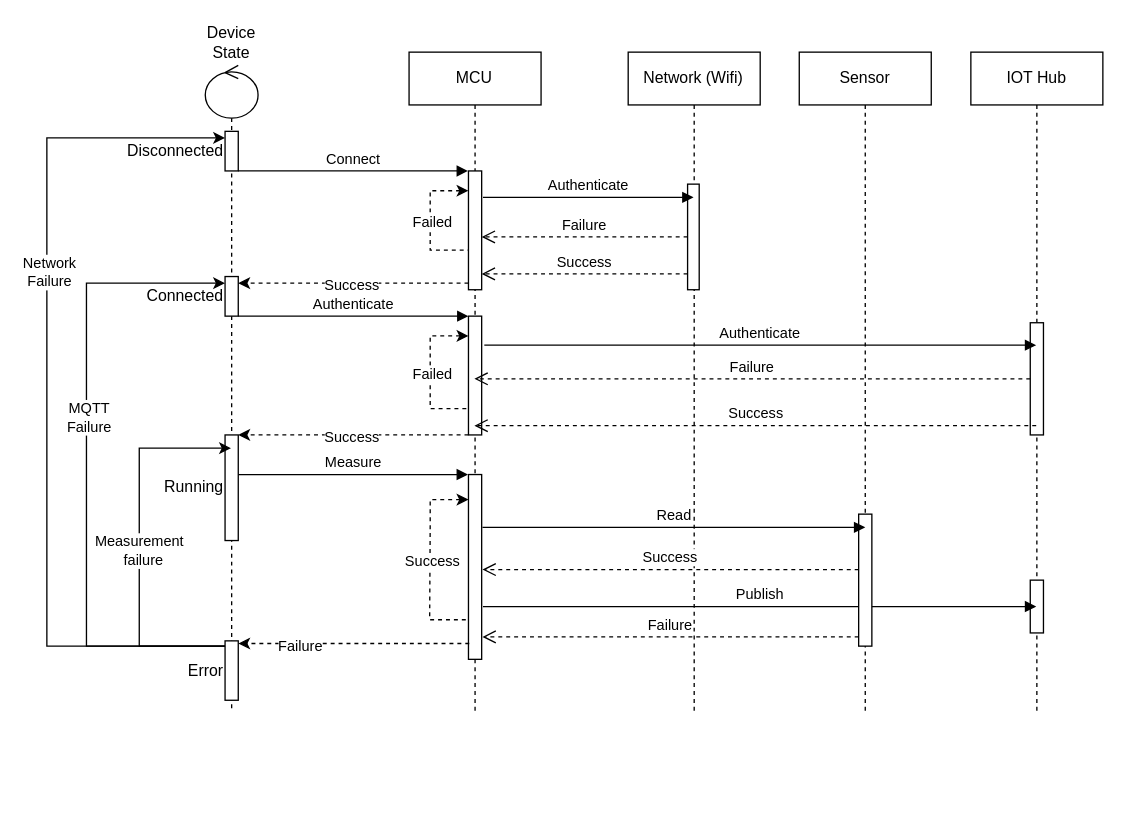
This is Docs/NanoFWExample.drawio from zeiss-digital-innovation/nanoFramework-Playground, a draw.io file, before an edit. Source tidied: cells renumbered, new cells numbered last; positions are measured from the earlier drawing's top-left corner, leaving out a move shared by most shapes. Both pictures are drawn from the tidied source at 132%, with x=0, y=0 at pixel (46, 51).
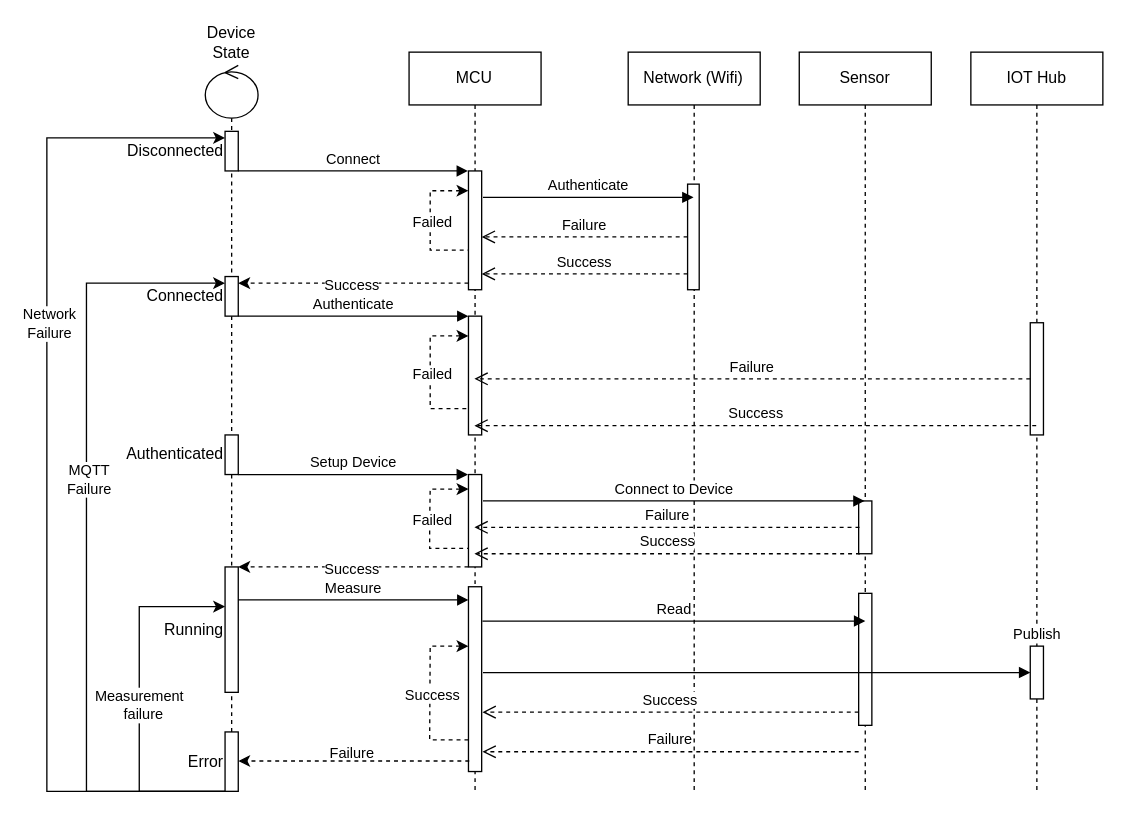
After the change.

Unchanged cells that the change refers to:
```xml
<mxCell id="6" style="html=1;points=[[0,0,0,0,5],[0,1,0,0,-5],[1,0,0,0,5],[1,1,0,0,-5]];perimeter=orthogonalPerimeter;outlineConnect=0;targetShapes=umlLifeline;portConstraint=eastwest;newEdgeStyle={&quot;curved&quot;:0,&quot;rounded&quot;:0};labelPosition=right;verticalLabelPosition=middle;align=left;verticalAlign=middle;" parent="2" vertex="1">
  <mxGeometry x="45" y="200" width="10" height="90" as="geometry" />
</mxCell>
<mxCell id="11" value="Disconnected" style="html=1;points=[[0,0,0,0,5],[0,1,0,0,-5],[1,0,0,0,5],[1,1,0,0,-5]];perimeter=orthogonalPerimeter;outlineConnect=0;targetShapes=umlLifeline;portConstraint=eastwest;newEdgeStyle={&quot;curved&quot;:0,&quot;rounded&quot;:0};labelPosition=left;verticalLabelPosition=middle;align=right;verticalAlign=middle;" parent="10" vertex="1">
  <mxGeometry x="15" y="50" width="10" height="30" as="geometry" />
</mxCell>
<mxCell id="12" value="Connected" style="html=1;points=[[0,0,0,0,5],[0,1,0,0,-5],[1,0,0,0,5],[1,1,0,0,-5]];perimeter=orthogonalPerimeter;outlineConnect=0;targetShapes=umlLifeline;portConstraint=eastwest;newEdgeStyle={&quot;curved&quot;:0,&quot;rounded&quot;:0};labelPosition=left;verticalLabelPosition=middle;align=right;verticalAlign=middle;" parent="10" vertex="1">
  <mxGeometry x="15" y="160" width="10" height="30" as="geometry" />
</mxCell>
```

What changed in the source:
```diff
@@
     <mxCell id="2" value="MCU" style="shape=umlLifeline;perimeter=lifelinePerimeter;whiteSpace=wrap;html=1;outlineConnect=0;portConstraint=eastwest;newEdgeStyle={&quot;curved&quot;:0,&quot;rounded&quot;:0};" parent="1" vertex="1">
-      <mxGeometry x="274.4" width="100" height="500" as="geometry" />
+      <mxGeometry x="274.4" width="100" height="560" as="geometry" />
     </mxCell>
@@
     <mxCell id="9" style="html=1;points=[[0,0,0,0,5],[0,1,0,0,-5],[1,0,0,0,5],[1,1,0,0,-5]];perimeter=orthogonalPerimeter;outlineConnect=0;targetShapes=umlLifeline;portConstraint=eastwest;newEdgeStyle={&quot;curved&quot;:0,&quot;rounded&quot;:0};" parent="2" vertex="1">
-      <mxGeometry x="45" y="320" width="10" height="140" as="geometry" />
+      <mxGeometry x="45" y="405" width="10" height="140" as="geometry" />
     </mxCell>
+    <mxCell id="49" style="html=1;perimeter=orthogonalPerimeter;targetShapes=umlLifeline;newEdgeStyle={&quot;curved&quot;:0,&quot;rounded&quot;:0};labelPosition=right;verticalLabelPosition=middle;align=left;verticalAlign=middle;" parent="2" vertex="1">
+      <mxGeometry x="45" y="320" width="10" height="70" as="geometry" />
+    </mxCell>
+    <mxCell id="50" style="endArrow=none;html=1;rounded=0;elbow=vertical;startArrow=classic;startFill=1;endFill=0;dashed=1;" parent="2" edge="1">
+      <mxGeometry relative="1" as="geometry">
+        <mxPoint x="45" y="331" as="sourcePoint" />
+        <mxPoint x="45" y="376" as="targetPoint" />
+        <Array as="points">
+          <mxPoint x="16" y="331" />
+          <mxPoint x="15.6" y="356" />
+          <mxPoint x="15.6" y="376" />
+        </Array>
+      </mxGeometry>
+    </mxCell>
+    <mxCell id="51" value="Failed" style="edgeLabel;html=1;align=center;verticalAlign=middle;" parent="50" vertex="1">
+      <mxGeometry x="0.01" y="1" relative="1" as="geometry" />
+    </mxCell>
     <mxCell id="10" value="Device State" style="shape=umlLifeline;perimeter=lifelinePerimeter;whiteSpace=wrap;html=1;outlineConnect=0;portConstraint=eastwest;newEdgeStyle={&quot;curved&quot;:0,&quot;rounded&quot;:0};participant=umlControl;labelPosition=center;verticalLabelPosition=top;align=center;verticalAlign=bottom;" parent="1" vertex="1">
-      <mxGeometry x="120" y="10" width="40" height="490" as="geometry" />
+      <mxGeometry x="120" y="10" width="40" height="550" as="geometry" />
     </mxCell>
@@
     <mxCell id="13" value="Running" style="html=1;points=[[0,0,0,0,5],[0,1,0,0,-5],[1,0,0,0,5],[1,1,0,0,-5]];perimeter=orthogonalPerimeter;outlineConnect=0;targetShapes=umlLifeline;portConstraint=eastwest;newEdgeStyle={&quot;curved&quot;:0,&quot;rounded&quot;:0};labelPosition=left;verticalLabelPosition=middle;align=right;verticalAlign=middle;" parent="10" vertex="1">
-      <mxGeometry x="15" y="280" width="10" height="80" as="geometry" />
+      <mxGeometry x="15" y="380" width="10" height="95" as="geometry" />
     </mxCell>
-    <mxCell id="14" value="Error" style="html=1;points=[[0,0,0,0,5],[0,1,0,0,-5],[1,0,0,0,5],[1,1,0,0,-5]];perimeter=orthogonalPerimeter;outlineConnect=0;targetShapes=umlLifeline;portConstraint=eastwest;newEdgeStyle={&quot;curved&quot;:0,&quot;rounded&quot;:0};labelPosition=left;verticalLabelPosition=middle;align=right;verticalAlign=middle;" parent="10" vertex="1">
-      <mxGeometry x="15" y="436" width="10" height="45" as="geometry" />
-    </mxCell>
-    <mxCell id="15" style="endArrow=classic;html=1;rounded=0;" parent="10" edge="1" source="14" target="10">
-      <mxGeometry relative="1" as="geometry">
-        <Array as="points">
-          <mxPoint x="-50" y="440" />
-          <mxPoint x="-50" y="360" />
-          <mxPoint x="-50" y="310" />
-          <mxPoint x="-50" y="290" />
-        </Array>
-      </mxGeometry>
-    </mxCell>
-    <mxCell id="16" value="Measurement&lt;br&gt;&amp;nbsp; failure" style="edgeLabel;html=1;align=center;verticalAlign=middle;" parent="15" vertex="1">
-      <mxGeometry x="-0.03" y="1" relative="1" as="geometry" />
-    </mxCell>
-    <mxCell id="17" style="endArrow=classic;html=1;rounded=0;entryX=0;entryY=0;entryDx=0;entryDy=5;entryPerimeter=0;" parent="10" edge="1" source="14" target="12">
-      <mxGeometry relative="1" as="geometry">
-        <Array as="points">
-          <mxPoint x="-90" y="440" />
-          <mxPoint x="-90" y="290" />
-          <mxPoint x="-90" y="165" />
-        </Array>
-      </mxGeometry>
-    </mxCell>
-    <mxCell id="18" value="MQTT&lt;br&gt;Failure" style="edgeLabel;html=1;align=center;verticalAlign=middle;" parent="17" vertex="1">
-      <mxGeometry x="0.15" y="-1" relative="1" as="geometry" />
-    </mxCell>
-    <mxCell id="19" style="endArrow=classic;html=1;rounded=0;entryX=0;entryY=0;entryDx=0;entryDy=5;entryPerimeter=0;" parent="10" edge="1" source="14" target="11">
-      <mxGeometry relative="1" as="geometry">
-        <Array as="points">
-          <mxPoint x="-120" y="440" />
-          <mxPoint x="-120" y="55" />
-        </Array>
-      </mxGeometry>
-    </mxCell>
-    <mxCell id="20" value="Network&lt;br&gt;Failure" style="edgeLabel;html=1;align=center;verticalAlign=middle;" parent="19" vertex="1">
-      <mxGeometry x="0.28" y="-1" relative="1" as="geometry" />
-    </mxCell>
+    <mxCell id="52" value="Authenticated" style="html=1;perimeter=orthogonalPerimeter;targetShapes=umlLifeline;newEdgeStyle={&quot;curved&quot;:0,&quot;rounded&quot;:0};labelPosition=left;verticalLabelPosition=middle;align=right;verticalAlign=middle;" parent="10" vertex="1">
+      <mxGeometry x="15" y="280" width="10" height="30" as="geometry" />
+    </mxCell>
@@
-    <mxCell id="24" style="endArrow=classic;html=1;rounded=0;dashed=1;" parent="1" edge="1" source="6" target="13">
-      <mxGeometry relative="1" as="geometry" />
+    <mxCell id="24" style="endArrow=classic;html=1;rounded=0;dashed=1;" parent="1" edge="1">
+      <mxGeometry relative="1" as="geometry">
+        <mxPoint x="319.4" y="390" as="sourcePoint" />
+        <mxPoint x="145" y="390" as="targetPoint" />
+      </mxGeometry>
     </mxCell>
@@
-    <mxCell id="26" style="endArrow=none;html=1;rounded=0;elbow=vertical;startArrow=classic;startFill=1;endFill=0;dashed=1;" parent="1" edge="1" target="9">
+    <mxCell id="26" style="endArrow=none;html=1;rounded=0;elbow=vertical;startArrow=classic;startFill=1;endFill=0;dashed=1;" parent="1" edge="1" source="9">
       <mxGeometry relative="1" as="geometry">
-        <mxPoint x="319.4" y="339" as="sourcePoint" />
+        <mxPoint x="319.4" y="521" as="targetPoint" />
         <Array as="points">
-          <mxPoint x="290.4" y="339" />
-          <mxPoint x="290.4" y="359" />
-          <mxPoint x="290" y="430" />
+          <mxPoint x="290.4" y="450" />
+          <mxPoint x="290" y="521" />
         </Array>
       </mxGeometry>
     </mxCell>
@@
-    <mxCell id="28" style="endArrow=classic;html=1;rounded=0;dashed=1;" parent="1" edge="1">
+    <mxCell id="28" style="endArrow=classic;html=1;rounded=0;dashed=1;" parent="1" edge="1" source="14">
       <mxGeometry relative="1" as="geometry">
-        <mxPoint x="320" y="448" as="sourcePoint" />
-        <mxPoint x="145" y="448" as="targetPoint" />
+        <mxPoint x="145" y="530" as="targetPoint" />
       </mxGeometry>
     </mxCell>
     <mxCell id="29" value="Failure" style="edgeLabel;html=1;align=center;verticalAlign=middle;" parent="28" vertex="1">
       <mxGeometry x="0.02" y="1" relative="1" as="geometry">
-        <mxPoint x="-40" as="offset" />
+        <mxPoint x="85" as="offset" />
       </mxGeometry>
     </mxCell>
     <mxCell id="30" value="IOT Hub" style="shape=umlLifeline;perimeter=lifelinePerimeter;whiteSpace=wrap;html=1;outlineConnect=0;portConstraint=eastwest;newEdgeStyle={&quot;curved&quot;:0,&quot;rounded&quot;:0};" parent="1" vertex="1">
-      <mxGeometry x="700" width="100" height="500" as="geometry" />
+      <mxGeometry x="700" width="100" height="560" as="geometry" />
     </mxCell>
-    <mxCell id="31" style="html=1;points=[[0,0,0,0,5],[0,1,0,0,-5],[1,0,0,0,5],[1,1,0,0,-5]];perimeter=orthogonalPerimeter;outlineConnect=0;targetShapes=umlLifeline;portConstraint=eastwest;newEdgeStyle={&quot;curved&quot;:0,&quot;rounded&quot;:0};" parent="30" vertex="1">
-      <mxGeometry x="45" y="400" width="10" height="40" as="geometry" />
-    </mxCell>
@@
     <mxCell id="33" value="Network (Wifi)" style="shape=umlLifeline;perimeter=lifelinePerimeter;whiteSpace=wrap;html=1;outlineConnect=0;portConstraint=eastwest;newEdgeStyle={&quot;curved&quot;:0,&quot;rounded&quot;:0};" parent="1" vertex="1">
-      <mxGeometry x="440.4" width="100" height="500" as="geometry" />
+      <mxGeometry x="440.4" width="100" height="560" as="geometry" />
     </mxCell>
@@
-    <mxCell id="40" value="Authenticate" style="html=1;verticalAlign=bottom;endArrow=block;curved=0;rounded=0;" parent="1" edge="1" target="30">
-      <mxGeometry relative="1" as="geometry">
-        <mxPoint x="331.4" y="222" as="sourcePoint" />
-      </mxGeometry>
-    </mxCell>
-    <mxCell id="41" value="Publish" style="html=1;verticalAlign=bottom;endArrow=block;curved=0;rounded=0;" parent="1" edge="1">
-      <mxGeometry relative="1" as="geometry">
-        <mxPoint x="330.4" y="420" as="sourcePoint" />
-        <mxPoint x="749.5" y="420" as="targetPoint" />
+    <mxCell id="41" value="Publish" style="html=1;verticalAlign=bottom;endArrow=block;curved=0;rounded=0;" parent="1" edge="1" source="31">
+      <mxGeometry y="20" relative="1" as="geometry">
+        <mxPoint x="749.5" y="470" as="targetPoint" />
+        <mxPoint y="-20" as="offset" />
       </mxGeometry>
     </mxCell>
@@
-    <mxCell id="43" value="Measure" style="html=1;verticalAlign=bottom;endArrow=block;curved=0;rounded=0;" parent="1" edge="1">
+    <mxCell id="43" value="Measure" style="html=1;verticalAlign=bottom;endArrow=block;curved=0;rounded=0;entryX=0;entryY=0;entryDx=0;entryDy=5;entryPerimeter=0;" parent="1" edge="1">
       <mxGeometry relative="1" as="geometry">
-        <mxPoint x="145" y="320" as="sourcePoint" />
-        <mxPoint x="319" y="320" as="targetPoint" />
+        <mxPoint x="145" y="415" as="sourcePoint" />
+        <mxPoint x="319.4" y="415" as="targetPoint" />
       </mxGeometry>
     </mxCell>
     <mxCell id="44" value="Sensor" style="shape=umlLifeline;perimeter=lifelinePerimeter;whiteSpace=wrap;html=1;outlineConnect=0;portConstraint=eastwest;newEdgeStyle={&quot;curved&quot;:0,&quot;rounded&quot;:0};" parent="1" vertex="1">
-      <mxGeometry x="570" width="100" height="500" as="geometry" />
+      <mxGeometry x="570" width="100" height="560" as="geometry" />
     </mxCell>
     <mxCell id="45" style="html=1;perimeter=orthogonalPerimeter;targetShapes=umlLifeline;newEdgeStyle={&quot;curved&quot;:0,&quot;rounded&quot;:0};" parent="44" vertex="1">
-      <mxGeometry x="45" y="350" width="10" height="100" as="geometry" />
+      <mxGeometry x="45" y="410" width="10" height="100" as="geometry" />
     </mxCell>
+    <mxCell id="53" style="html=1;perimeter=orthogonalPerimeter;targetShapes=umlLifeline;newEdgeStyle={&quot;curved&quot;:0,&quot;rounded&quot;:0};" parent="44" vertex="1">
+      <mxGeometry x="45" y="340" width="10" height="40" as="geometry" />
+    </mxCell>
     <mxCell id="46" value="Read" style="html=1;verticalAlign=bottom;endArrow=block;curved=0;rounded=0;" parent="1" edge="1">
       <mxGeometry relative="1" as="geometry">
-        <mxPoint x="330" y="360" as="sourcePoint" />
-        <mxPoint x="620" y="360" as="targetPoint" />
+        <mxPoint x="330" y="431" as="sourcePoint" />
+        <mxPoint x="620" y="431" as="targetPoint" />
       </mxGeometry>
     </mxCell>
     <mxCell id="47" value="Failure" style="html=1;verticalAlign=bottom;endArrow=open;dashed=1;endSize=8;curved=0;rounded=0;" parent="1" edge="1">
       <mxGeometry relative="1" as="geometry">
-        <mxPoint x="615" y="443" as="sourcePoint" />
-        <mxPoint x="330" y="443" as="targetPoint" />
+        <mxPoint x="615" y="530" as="sourcePoint" />
+        <mxPoint x="330" y="530" as="targetPoint" />
       </mxGeometry>
     </mxCell>
     <mxCell id="48" value="Success" style="html=1;verticalAlign=bottom;endArrow=open;dashed=1;endSize=8;curved=0;rounded=0;" parent="1" edge="1">
       <mxGeometry relative="1" as="geometry">
-        <mxPoint x="615" y="392" as="sourcePoint" />
-        <mxPoint x="330" y="392" as="targetPoint" />
+        <mxPoint x="615" y="500" as="sourcePoint" />
+        <mxPoint x="330" y="500" as="targetPoint" />
       </mxGeometry>
     </mxCell>
+    <mxCell id="54" style="html=1;verticalAlign=bottom;endArrow=block;curved=0;rounded=0;" parent="1" edge="1" target="31">
+      <mxGeometry relative="1" as="geometry">
+        <mxPoint x="330.4" y="470" as="sourcePoint" />
+      </mxGeometry>
+    </mxCell>
+    <mxCell id="31" style="html=1;points=[[0,0,0,0,5],[0,1,0,0,-5],[1,0,0,0,5],[1,1,0,0,-5]];perimeter=orthogonalPerimeter;outlineConnect=0;targetShapes=umlLifeline;portConstraint=eastwest;newEdgeStyle={&quot;curved&quot;:0,&quot;rounded&quot;:0};" parent="1" vertex="1">
+      <mxGeometry x="745" y="450" width="10" height="40" as="geometry" />
+    </mxCell>
+    <mxCell id="55" value="Setup Device" style="html=1;verticalAlign=bottom;endArrow=block;curved=0;rounded=0;" parent="1" edge="1">
+      <mxGeometry relative="1" as="geometry">
+        <mxPoint x="145" y="320" as="sourcePoint" />
+        <mxPoint x="319" y="320" as="targetPoint" />
+      </mxGeometry>
+    </mxCell>
+    <mxCell id="56" style="endArrow=classic;html=1;rounded=0;dashed=1;" parent="1" edge="1">
+      <mxGeometry relative="1" as="geometry">
+        <mxPoint x="320" y="537" as="sourcePoint" />
+        <mxPoint x="145" y="537" as="targetPoint" />
+      </mxGeometry>
+    </mxCell>
+    <mxCell id="14" value="Error" style="html=1;points=[[0,0,0,0,5],[0,1,0,0,-5],[1,0,0,0,5],[1,1,0,0,-5]];perimeter=orthogonalPerimeter;outlineConnect=0;targetShapes=umlLifeline;portConstraint=eastwest;newEdgeStyle={&quot;curved&quot;:0,&quot;rounded&quot;:0};labelPosition=left;verticalLabelPosition=middle;align=right;verticalAlign=middle;" parent="1" vertex="1">
+      <mxGeometry x="135" y="515" width="10" height="45" as="geometry" />
+    </mxCell>
+    <mxCell id="17" style="endArrow=classic;html=1;rounded=0;entryX=0;entryY=0;entryDx=0;entryDy=5;entryPerimeter=0;" parent="1" edge="1" source="14" target="12">
+      <mxGeometry relative="1" as="geometry">
+        <Array as="points">
+          <mxPoint x="30" y="560" />
+          <mxPoint x="30" y="300" />
+          <mxPoint x="30" y="175" />
+        </Array>
+      </mxGeometry>
+    </mxCell>
+    <mxCell id="18" value="MQTT&lt;br&gt;Failure" style="edgeLabel;html=1;align=center;verticalAlign=middle;" parent="17" vertex="1">
+      <mxGeometry x="0.15" y="-1" relative="1" as="geometry" />
+    </mxCell>
+    <mxCell id="19" style="endArrow=classic;html=1;rounded=0;entryX=0;entryY=0;entryDx=0;entryDy=5;entryPerimeter=0;" parent="1" edge="1" source="14" target="11">
+      <mxGeometry relative="1" as="geometry">
+        <Array as="points">
+          <mxPoint y="560" />
+          <mxPoint y="65" />
+        </Array>
+      </mxGeometry>
+    </mxCell>
+    <mxCell id="20" value="Network&lt;br&gt;Failure" style="edgeLabel;html=1;align=center;verticalAlign=middle;" parent="19" vertex="1">
+      <mxGeometry x="0.28" y="-1" relative="1" as="geometry" />
+    </mxCell>
+    <mxCell id="15" style="endArrow=classic;html=1;rounded=0;" parent="1" edge="1" source="14" target="13">
+      <mxGeometry relative="1" as="geometry">
+        <Array as="points">
+          <mxPoint x="70" y="560" />
+          <mxPoint x="70" y="420" />
+        </Array>
+      </mxGeometry>
+    </mxCell>
+    <mxCell id="16" value="Measurement&lt;br&gt;&amp;nbsp; failure" style="edgeLabel;html=1;align=center;verticalAlign=middle;" parent="15" vertex="1">
+      <mxGeometry x="-0.03" y="1" relative="1" as="geometry" />
+    </mxCell>
+    <mxCell id="57" value="Connect to Device" style="html=1;verticalAlign=bottom;endArrow=block;curved=0;rounded=0;" parent="1" edge="1" target="44">
+      <mxGeometry relative="1" as="geometry">
+        <mxPoint x="330.4" y="340" as="sourcePoint" />
+      </mxGeometry>
+    </mxCell>
+    <mxCell id="58" value="Failure" style="html=1;verticalAlign=bottom;endArrow=open;dashed=1;endSize=8;curved=0;rounded=0;" parent="1" edge="1" target="2">
+      <mxGeometry relative="1" as="geometry">
+        <mxPoint x="615.6" y="360" as="sourcePoint" />
+      </mxGeometry>
+    </mxCell>
+    <mxCell id="59" value="Success" style="html=1;verticalAlign=bottom;endArrow=open;dashed=1;endSize=8;curved=0;rounded=0;" parent="1" edge="1" target="2">
+      <mxGeometry relative="1" as="geometry">
+        <mxPoint x="616" y="380" as="sourcePoint" />
+      </mxGeometry>
+    </mxCell>
```
